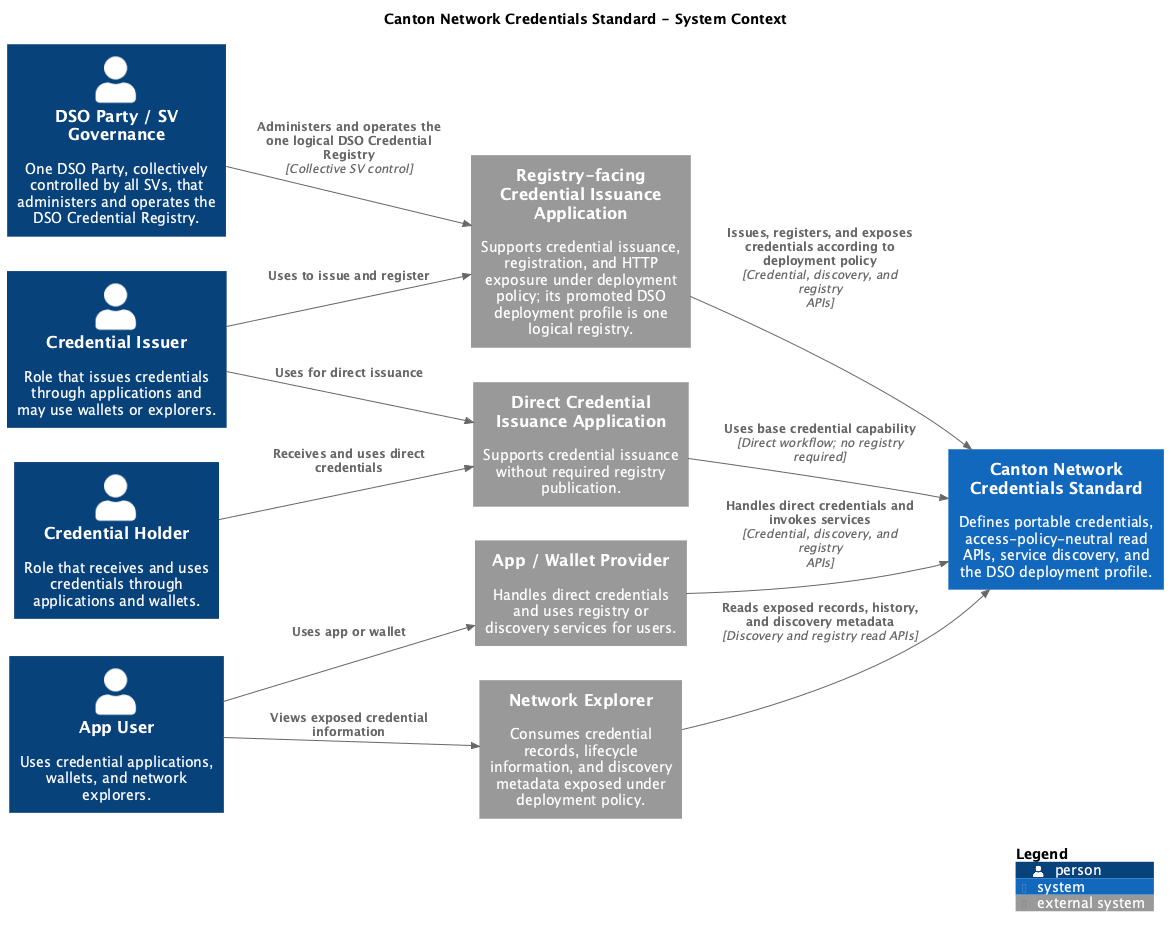
This is cn-credentials-standard/images/credentials-system-context.png from unlockitio/cips, a PlantUML export, as it was before one commit.
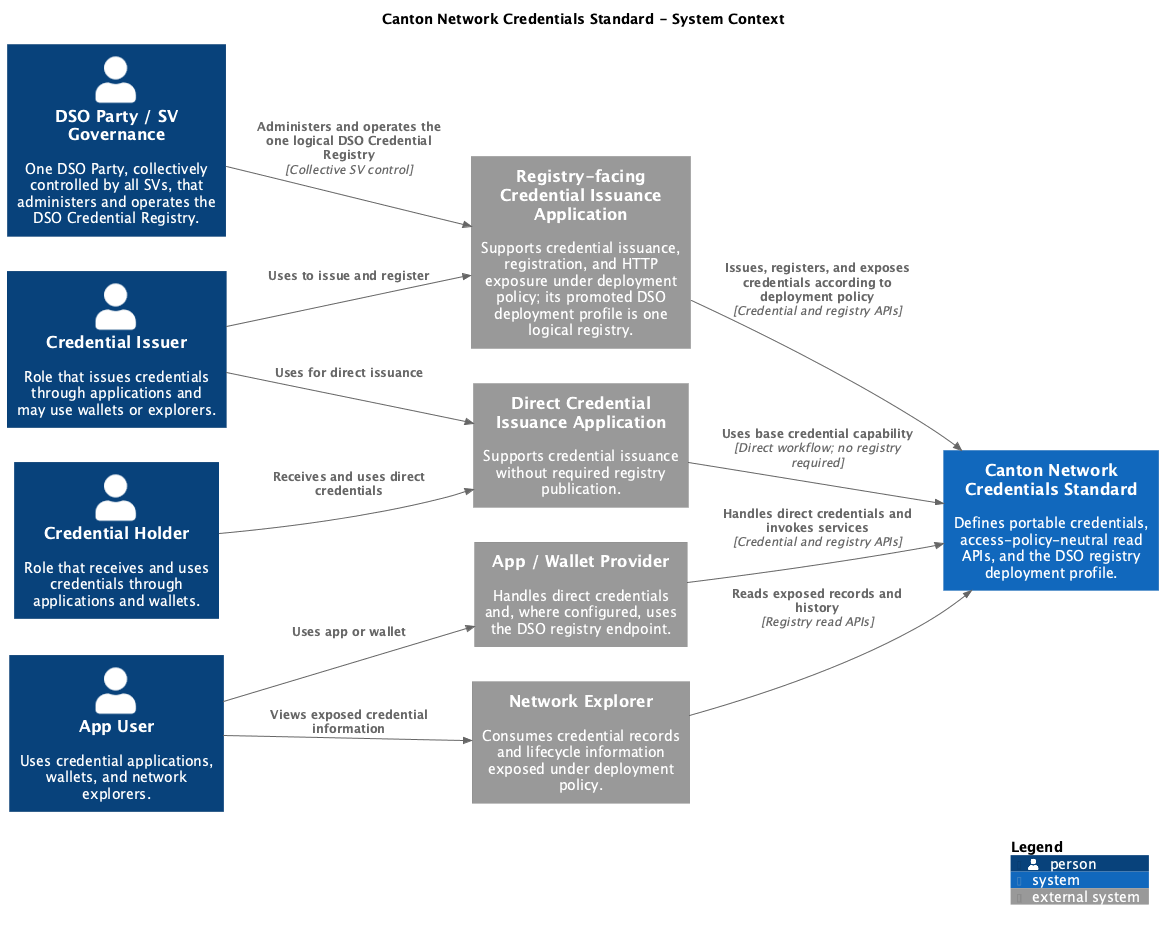
After the commit.

Commit message:
Replace generic discovery with DSO DID profile

Change to the diagram source:
```diff
@@ -9,12 +9,12 @@
 Person(appUser, "App User", "Uses credential applications, wallets, and network explorers.")
 Person(dsoParty, "DSO Party / SV Governance", "One DSO Party, collectively controlled by all SVs, that administers and operates the DSO Credential Registry.")
 
-System(standard, "Canton Network Credentials Standard", "Defines portable credentials, access-policy-neutral read APIs, service discovery, and the DSO deployment profile.")
+System(standard, "Canton Network Credentials Standard", "Defines portable credentials, access-policy-neutral read APIs, and the DSO registry deployment profile.")
 
 System_Ext(privateIssuance, "Direct Credential Issuance Application", "Supports credential issuance without required registry publication.")
 System_Ext(publicIssuance, "Registry-facing Credential Issuance Application", "Supports credential issuance, registration, and HTTP exposure under deployment policy; its promoted DSO deployment profile is one logical registry.")
-System_Ext(client, "App / Wallet Provider", "Handles direct credentials and uses registry or discovery services for users.")
-System_Ext(explorer, "Network Explorer", "Consumes credential records, lifecycle information, and discovery metadata exposed under deployment policy.")
+System_Ext(client, "App / Wallet Provider", "Handles direct credentials and, where configured, uses the DSO registry endpoint.")
+System_Ext(explorer, "Network Explorer", "Consumes credential records and lifecycle information exposed under deployment policy.")
 
 Rel(issuer, privateIssuance, "Uses for direct issuance")
 Rel(issuer, publicIssuance, "Uses to issue and register")
@@ -23,9 +23,9 @@
 Rel(appUser, explorer, "Views exposed credential information")
 Rel(dsoParty, publicIssuance, "Administers and operates the one logical DSO Credential Registry", "Collective SV control")
 Rel(privateIssuance, standard, "Uses base credential capability", "Direct workflow; no registry required")
-Rel(publicIssuance, standard, "Issues, registers, and exposes credentials according to deployment policy", "Credential, discovery, and registry APIs")
-Rel(client, standard, "Handles direct credentials and invokes services", "Credential, discovery, and registry APIs")
-Rel(explorer, standard, "Reads exposed records, history, and discovery metadata", "Discovery and registry read APIs")
+Rel(publicIssuance, standard, "Issues, registers, and exposes credentials according to deployment policy", "Credential and registry APIs")
+Rel(client, standard, "Handles direct credentials and invokes services", "Credential and registry APIs")
+Rel(explorer, standard, "Reads exposed records and history", "Registry read APIs")
 
 SHOW_LEGEND()
 @enduml
```
